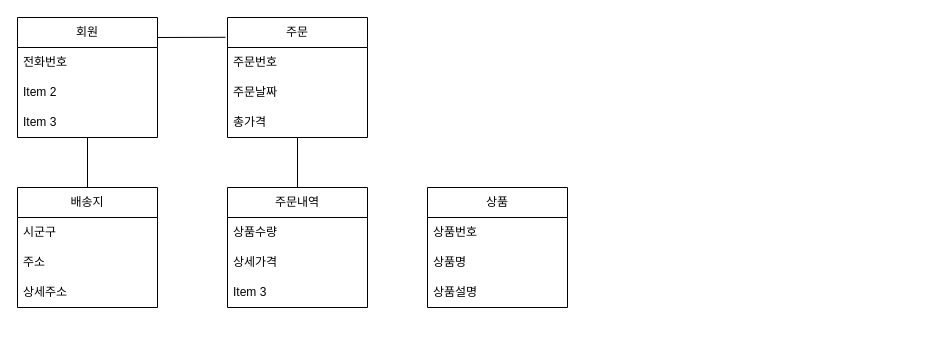
The draw.io diagram 게시판.drawio in BigJins/erd, before the edit. Source tidied: cells renumbered, new cells numbered last; positions are measured from the earlier drawing's top-left corner, leaving out a move shared by most shapes. Both pictures are drawn from the tidied source at 100%, with x=0, y=0 at pixel (17, 17).
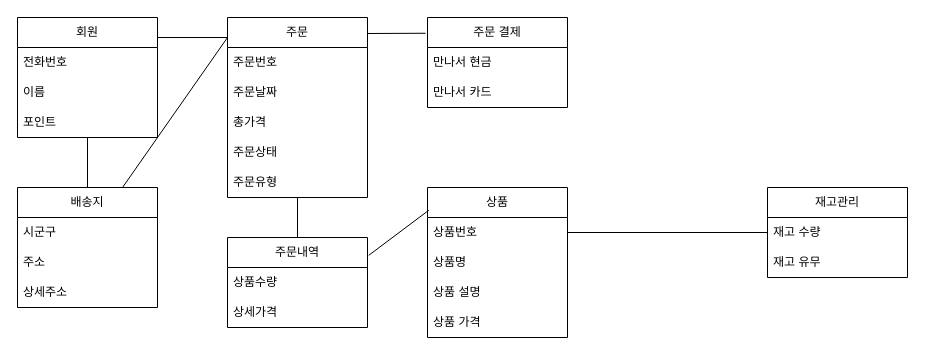
The same page after the edit.

Commit message (it also covers changes not shown here):
게시판.drawio 업데이트

Unchanged cells that the change refers to:
```xml
<mxCell id="6" value="회원" style="swimlane;fontStyle=0;horizontal=1;startSize=30;whiteSpace=wrap;html=1;" parent="1" vertex="1">
  <mxGeometry width="140" height="120" as="geometry" />
</mxCell>
<mxCell id="10" value="배송지" style="swimlane;fontStyle=0;horizontal=1;startSize=30;whiteSpace=wrap;html=1;" parent="1" vertex="1">
  <mxGeometry y="170" width="140" height="120" as="geometry" />
</mxCell>
<mxCell id="22" value="상품번호" style="text;strokeColor=none;fillColor=none;align=left;verticalAlign=middle;spacingLeft=4;spacingRight=4;overflow=hidden;points=[[0,0.5],[1,0.5]];portConstraint=eastwest;whiteSpace=wrap;html=1;" parent="21" vertex="1">
  <mxGeometry y="30" width="140" height="30" as="geometry" />
</mxCell>
```

Change to the diagram source:
```diff
@@
     <mxCell id="2" value="주문" style="swimlane;fontStyle=0;horizontal=1;startSize=30;whiteSpace=wrap;html=1;" parent="1" vertex="1">
-      <mxGeometry x="210" width="140" height="120" as="geometry" />
+      <mxGeometry x="210" width="140" height="180" as="geometry" />
     </mxCell>
@@
+    <mxCell id="25" value="주문상태" style="text;strokeColor=none;fillColor=none;align=left;verticalAlign=middle;spacingLeft=4;spacingRight=4;overflow=hidden;whiteSpace=wrap;html=1;" parent="2" vertex="1">
+      <mxGeometry y="120" width="140" height="30" as="geometry" />
+    </mxCell>
+    <mxCell id="26" value="주문유형" style="text;strokeColor=none;fillColor=none;align=left;verticalAlign=middle;spacingLeft=4;spacingRight=4;overflow=hidden;whiteSpace=wrap;html=1;" parent="2" vertex="1">
+      <mxGeometry y="150" width="140" height="30" as="geometry" />
+    </mxCell>
@@
-    <mxCell id="8" value="Item 2" style="text;strokeColor=none;fillColor=none;align=left;verticalAlign=middle;spacingLeft=4;spacingRight=4;overflow=hidden;whiteSpace=wrap;html=1;" parent="6" vertex="1">
-      <mxGeometry y="60" width="140" height="30" as="geometry" />
-    </mxCell>
+    <mxCell id="27" value="이름" style="text;strokeColor=none;fillColor=none;align=left;verticalAlign=middle;spacingLeft=4;spacingRight=4;overflow=hidden;whiteSpace=wrap;html=1;" parent="6" vertex="1">
+      <mxGeometry y="60" width="140" height="30" as="geometry" />
+    </mxCell>
-    <mxCell id="9" value="Item 3" style="text;strokeColor=none;fillColor=none;align=left;verticalAlign=middle;spacingLeft=4;spacingRight=4;overflow=hidden;whiteSpace=wrap;html=1;" parent="6" vertex="1">
+    <mxCell id="9" value="&lt;div&gt;포인트&lt;/div&gt;" style="text;strokeColor=none;fillColor=none;align=left;verticalAlign=middle;spacingLeft=4;spacingRight=4;overflow=hidden;whiteSpace=wrap;html=1;" parent="6" vertex="1">
       <mxGeometry y="90" width="140" height="30" as="geometry" />
     </mxCell>
@@
-    <mxCell id="14" style="endArrow=none;html=1;rounded=0;entryX=-0.014;entryY=0.165;entryDx=0;entryDy=0;entryPerimeter=0;" parent="1" edge="1" target="2">
+    <mxCell id="14" style="endArrow=none;html=1;rounded=0;" parent="1" edge="1">
       <mxGeometry relative="1" as="geometry">
         <mxPoint x="140" y="20" as="sourcePoint" />
+        <mxPoint x="210" y="20" as="targetPoint" />
       </mxGeometry>
     </mxCell>
@@
     <mxCell id="16" value="주문내역" style="swimlane;fontStyle=0;horizontal=1;startSize=30;whiteSpace=wrap;html=1;" parent="1" vertex="1">
-      <mxGeometry x="210" y="170" width="140" height="120" as="geometry" />
+      <mxGeometry x="210" y="220" width="140" height="90" as="geometry" />
     </mxCell>
@@
-    <mxCell id="19" value="Item 3" style="text;strokeColor=none;fillColor=none;align=left;verticalAlign=middle;spacingLeft=4;spacingRight=4;overflow=hidden;whiteSpace=wrap;html=1;" parent="16" vertex="1">
-      <mxGeometry y="90" width="140" height="30" as="geometry" />
-    </mxCell>
@@
     <mxCell id="21" value="상품" style="swimlane;fontStyle=0;horizontal=1;startSize=30;whiteSpace=wrap;html=1;" parent="1" vertex="1">
-      <mxGeometry x="410" y="170" width="140" height="120" as="geometry" />
+      <mxGeometry x="410" y="170" width="140" height="150" as="geometry" />
     </mxCell>
@@
-    <mxCell id="24" value="상품설명" style="text;strokeColor=none;fillColor=none;align=left;verticalAlign=middle;spacingLeft=4;spacingRight=4;overflow=hidden;whiteSpace=wrap;html=1;" parent="21" vertex="1">
+    <mxCell id="24" value="상품 설명" style="text;strokeColor=none;fillColor=none;align=left;verticalAlign=middle;spacingLeft=4;spacingRight=4;overflow=hidden;whiteSpace=wrap;html=1;" parent="21" vertex="1">
       <mxGeometry y="90" width="140" height="30" as="geometry" />
     </mxCell>
+    <mxCell id="28" value="상품 가격" style="text;strokeColor=none;fillColor=none;align=left;verticalAlign=middle;spacingLeft=4;spacingRight=4;overflow=hidden;whiteSpace=wrap;html=1;" parent="21" vertex="1">
+      <mxGeometry y="120" width="140" height="30" as="geometry" />
+    </mxCell>
+    <mxCell id="29" style="endArrow=none;html=1;rounded=0;entryX=0.009;entryY=0.152;entryDx=0;entryDy=0;entryPerimeter=0;exitX=1.009;exitY=0.198;exitDx=0;exitDy=0;exitPerimeter=0;" parent="1" edge="1" source="16" target="21">
+      <mxGeometry relative="1" as="geometry" />
+    </mxCell>
+    <mxCell id="30" value="재고관리" style="swimlane;fontStyle=0;horizontal=1;startSize=30;whiteSpace=wrap;html=1;" parent="1" vertex="1">
+      <mxGeometry x="750" y="170" width="140" height="90" as="geometry" />
+    </mxCell>
+    <mxCell id="31" value="재고 수량" style="text;strokeColor=none;fillColor=none;align=left;verticalAlign=middle;spacingLeft=4;spacingRight=4;overflow=hidden;whiteSpace=wrap;html=1;" parent="30" vertex="1">
+      <mxGeometry y="30" width="140" height="30" as="geometry" />
+    </mxCell>
+    <mxCell id="32" value="재고 유무" style="text;strokeColor=none;fillColor=none;align=left;verticalAlign=middle;spacingLeft=4;spacingRight=4;overflow=hidden;whiteSpace=wrap;html=1;" parent="30" vertex="1">
+      <mxGeometry y="60" width="140" height="30" as="geometry" />
+    </mxCell>
+    <mxCell id="33" style="endArrow=none;html=1;rounded=0;entryX=1;entryY=0.5;entryDx=0;entryDy=0;" parent="1" edge="1" source="30" target="22">
+      <mxGeometry relative="1" as="geometry" />
+    </mxCell>
+    <mxCell id="34" value="주문 결제" style="swimlane;fontStyle=0;horizontal=1;startSize=30;whiteSpace=wrap;html=1;" parent="1" vertex="1">
+      <mxGeometry x="410" width="140" height="90" as="geometry" />
+    </mxCell>
+    <mxCell id="35" value="만나서 현금" style="text;strokeColor=none;fillColor=none;align=left;verticalAlign=middle;spacingLeft=4;spacingRight=4;overflow=hidden;whiteSpace=wrap;html=1;" parent="34" vertex="1">
+      <mxGeometry y="30" width="140" height="30" as="geometry" />
+    </mxCell>
+    <mxCell id="36" value="만나서 카드" style="text;strokeColor=none;fillColor=none;align=left;verticalAlign=middle;spacingLeft=4;spacingRight=4;overflow=hidden;whiteSpace=wrap;html=1;" parent="34" vertex="1">
+      <mxGeometry y="60" width="140" height="30" as="geometry" />
+    </mxCell>
+    <mxCell id="37" style="endArrow=none;html=1;rounded=0;entryX=-0.014;entryY=0.175;entryDx=0;entryDy=0;entryPerimeter=0;" parent="1" edge="1" target="34">
+      <mxGeometry relative="1" as="geometry">
+        <mxPoint x="350" y="16" as="sourcePoint" />
+      </mxGeometry>
+    </mxCell>
+    <mxCell id="38" style="endArrow=none;html=1;rounded=0;exitX=0.75;exitY=0;exitDx=0;exitDy=0;" parent="1" edge="1" source="10">
+      <mxGeometry relative="1" as="geometry">
+        <mxPoint x="210" y="20" as="targetPoint" />
+      </mxGeometry>
+    </mxCell>
```
